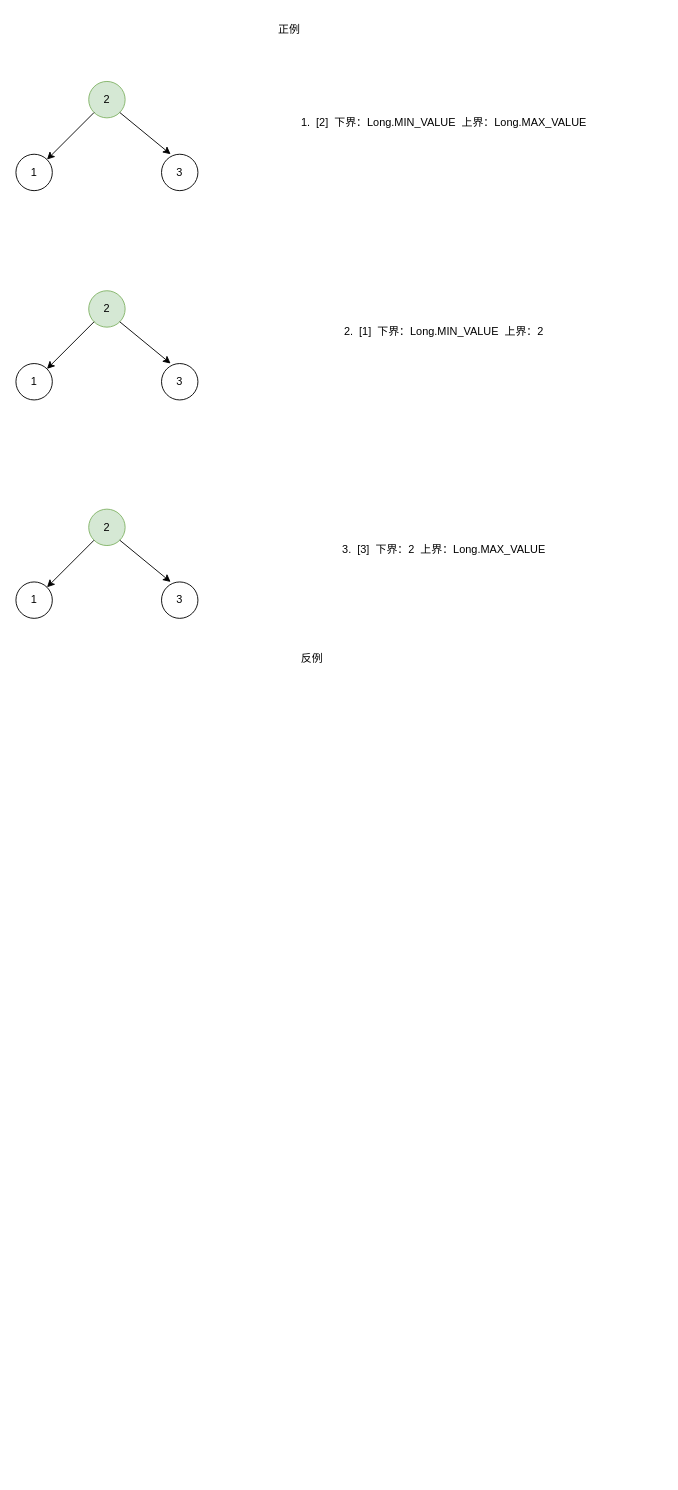
Before: 验证平衡二叉树.drawio in xiaoguzuiniu/drawio, a draw.io diagram. Source tidied: cells renumbered, new cells numbered last; positions are measured from the earlier drawing's top-left corner, leaving out a move shared by most shapes. Both pictures are drawn from the tidied source at 91%, with x=0, y=0 at pixel (15, 15).
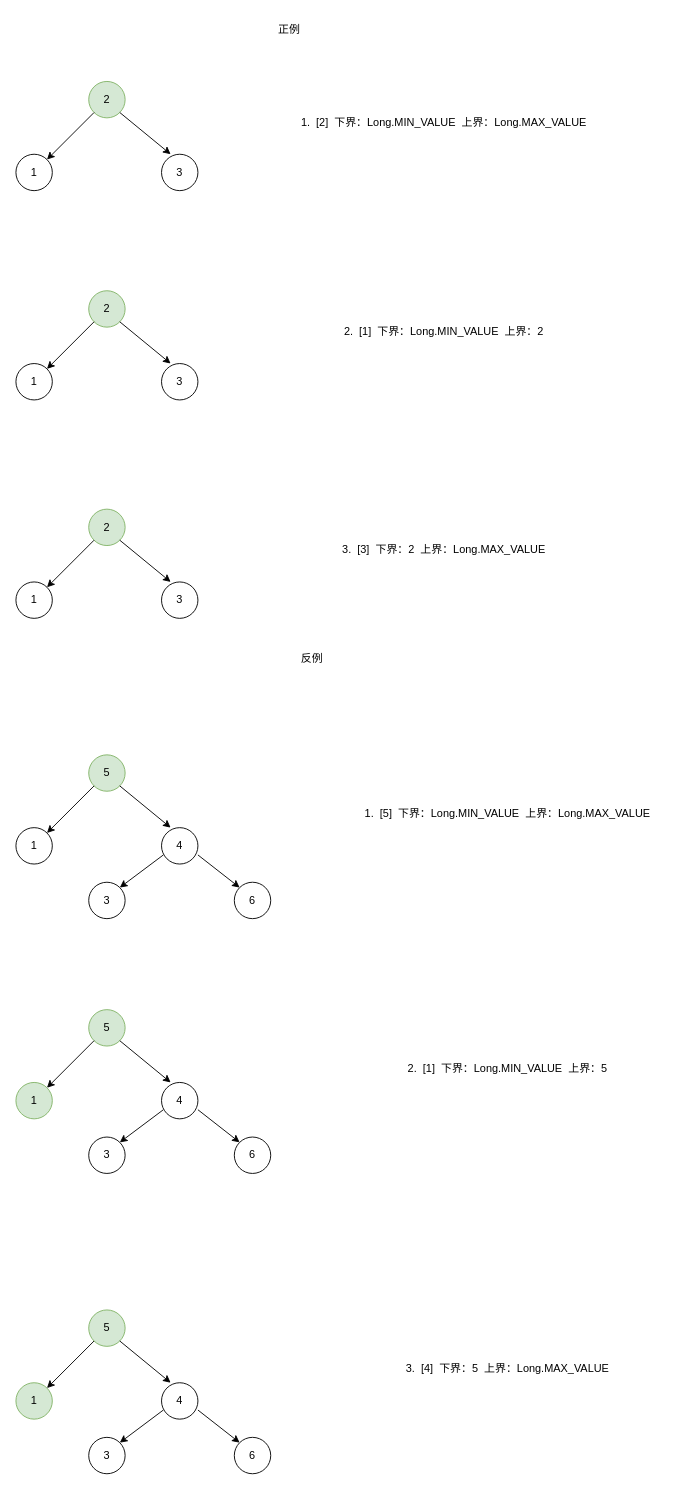
The same page after the edit.

Commit message (it also covers changes not shown here):
更新验证平衡二叉树.drawio

Diff of the diagram source:
```diff
@@
+    <mxCell id="22" value="5" style="ellipse;whiteSpace=wrap;html=1;fillColor=#d5e8d4;strokeColor=#82b366;" parent="1" vertex="1">
+      <mxGeometry x="80" y="812" width="40" height="40" as="geometry" />
+    </mxCell>
+    <mxCell id="23" value="1" style="ellipse;whiteSpace=wrap;html=1;" parent="1" vertex="1">
+      <mxGeometry y="892" width="40" height="40" as="geometry" />
+    </mxCell>
+    <mxCell id="24" value="4" style="ellipse;whiteSpace=wrap;html=1;" parent="1" vertex="1">
+      <mxGeometry x="160" y="892" width="40" height="40" as="geometry" />
+    </mxCell>
+    <mxCell id="25" style="endArrow=classic;html=1;rounded=0;" parent="1" edge="1" source="22" target="23">
+      <mxGeometry relative="1" as="geometry" />
+    </mxCell>
+    <mxCell id="26" style="endArrow=classic;html=1;rounded=0;entryX=0.25;entryY=0;entryDx=0;entryDy=0;entryPerimeter=0;exitX=1;exitY=1;exitDx=0;exitDy=0;" parent="1" edge="1" source="22" target="24">
+      <mxGeometry relative="1" as="geometry" />
+    </mxCell>
+    <mxCell id="27" value="3" style="ellipse;whiteSpace=wrap;html=1;" parent="1" vertex="1">
+      <mxGeometry x="80" y="952" width="40" height="40" as="geometry" />
+    </mxCell>
+    <mxCell id="28" style="endArrow=classic;html=1;rounded=0;entryX=1;entryY=0;entryDx=0;entryDy=0;" parent="1" edge="1" target="27">
+      <mxGeometry relative="1" as="geometry">
+        <mxPoint x="162" y="922" as="sourcePoint" />
+      </mxGeometry>
+    </mxCell>
+    <mxCell id="29" value="6" style="ellipse;whiteSpace=wrap;html=1;" parent="1" vertex="1">
+      <mxGeometry x="240" y="952" width="40" height="40" as="geometry" />
+    </mxCell>
+    <mxCell id="30" style="endArrow=classic;html=1;rounded=0;entryX=0;entryY=0;entryDx=0;entryDy=0;exitX=1;exitY=1;exitDx=0;exitDy=0;" parent="1" edge="1" target="29">
+      <mxGeometry relative="1" as="geometry">
+        <mxPoint x="200" y="922" as="sourcePoint" />
+      </mxGeometry>
+    </mxCell>
+    <mxCell id="31" value="1.&amp;nbsp; [5]&amp;nbsp; 下界：Long.MIN_VALUE&amp;nbsp; 上界：Long.MAX_VALUE" style="text;html=1;align=center;verticalAlign=middle;strokeColor=none;fillColor=none;" parent="1" vertex="1">
+      <mxGeometry x="370" y="862" width="340" height="30" as="geometry" />
+    </mxCell>
+    <mxCell id="32" value="5" style="ellipse;whiteSpace=wrap;html=1;fillColor=#d5e8d4;strokeColor=#82b366;" parent="1" vertex="1">
+      <mxGeometry x="80" y="1092" width="40" height="40" as="geometry" />
+    </mxCell>
+    <mxCell id="33" value="1" style="ellipse;whiteSpace=wrap;html=1;fillColor=#d5e8d4;strokeColor=#82b366;" parent="1" vertex="1">
+      <mxGeometry y="1172" width="40" height="40" as="geometry" />
+    </mxCell>
+    <mxCell id="34" value="4" style="ellipse;whiteSpace=wrap;html=1;" parent="1" vertex="1">
+      <mxGeometry x="160" y="1172" width="40" height="40" as="geometry" />
+    </mxCell>
+    <mxCell id="35" style="endArrow=classic;html=1;rounded=0;" parent="1" edge="1" source="32" target="33">
+      <mxGeometry relative="1" as="geometry" />
+    </mxCell>
+    <mxCell id="36" style="endArrow=classic;html=1;rounded=0;entryX=0.25;entryY=0;entryDx=0;entryDy=0;entryPerimeter=0;exitX=1;exitY=1;exitDx=0;exitDy=0;" parent="1" edge="1" source="32" target="34">
+      <mxGeometry relative="1" as="geometry" />
+    </mxCell>
+    <mxCell id="37" value="3" style="ellipse;whiteSpace=wrap;html=1;" parent="1" vertex="1">
+      <mxGeometry x="80" y="1232" width="40" height="40" as="geometry" />
+    </mxCell>
+    <mxCell id="38" style="endArrow=classic;html=1;rounded=0;entryX=1;entryY=0;entryDx=0;entryDy=0;" parent="1" edge="1" target="37">
+      <mxGeometry relative="1" as="geometry">
+        <mxPoint x="162" y="1202" as="sourcePoint" />
+      </mxGeometry>
+    </mxCell>
+    <mxCell id="39" value="6" style="ellipse;whiteSpace=wrap;html=1;" parent="1" vertex="1">
+      <mxGeometry x="240" y="1232" width="40" height="40" as="geometry" />
+    </mxCell>
+    <mxCell id="40" style="endArrow=classic;html=1;rounded=0;entryX=0;entryY=0;entryDx=0;entryDy=0;exitX=1;exitY=1;exitDx=0;exitDy=0;" parent="1" edge="1" target="39">
+      <mxGeometry relative="1" as="geometry">
+        <mxPoint x="200" y="1202" as="sourcePoint" />
+      </mxGeometry>
+    </mxCell>
+    <mxCell id="41" value="2.&amp;nbsp; [1]&amp;nbsp; 下界：Long.MIN_VALUE&amp;nbsp; 上界：5" style="text;html=1;align=center;verticalAlign=middle;strokeColor=none;fillColor=none;" parent="1" vertex="1">
+      <mxGeometry x="420" y="1142" width="240" height="30" as="geometry" />
+    </mxCell>
+    <mxCell id="42" value="5" style="ellipse;whiteSpace=wrap;html=1;fillColor=#d5e8d4;strokeColor=#82b366;" parent="1" vertex="1">
+      <mxGeometry x="80" y="1422" width="40" height="40" as="geometry" />
+    </mxCell>
+    <mxCell id="43" value="1" style="ellipse;whiteSpace=wrap;html=1;fillColor=#d5e8d4;strokeColor=#82b366;" parent="1" vertex="1">
+      <mxGeometry y="1502" width="40" height="40" as="geometry" />
+    </mxCell>
+    <mxCell id="44" value="4" style="ellipse;whiteSpace=wrap;html=1;" parent="1" vertex="1">
+      <mxGeometry x="160" y="1502" width="40" height="40" as="geometry" />
+    </mxCell>
+    <mxCell id="45" style="endArrow=classic;html=1;rounded=0;" parent="1" edge="1" source="42" target="43">
+      <mxGeometry relative="1" as="geometry" />
+    </mxCell>
+    <mxCell id="46" style="endArrow=classic;html=1;rounded=0;entryX=0.25;entryY=0;entryDx=0;entryDy=0;entryPerimeter=0;exitX=1;exitY=1;exitDx=0;exitDy=0;" parent="1" edge="1" source="42" target="44">
+      <mxGeometry relative="1" as="geometry" />
+    </mxCell>
+    <mxCell id="47" value="3" style="ellipse;whiteSpace=wrap;html=1;" parent="1" vertex="1">
+      <mxGeometry x="80" y="1562" width="40" height="40" as="geometry" />
+    </mxCell>
+    <mxCell id="48" style="endArrow=classic;html=1;rounded=0;entryX=1;entryY=0;entryDx=0;entryDy=0;" parent="1" edge="1" target="47">
+      <mxGeometry relative="1" as="geometry">
+        <mxPoint x="162" y="1532" as="sourcePoint" />
+      </mxGeometry>
+    </mxCell>
+    <mxCell id="49" value="6" style="ellipse;whiteSpace=wrap;html=1;" parent="1" vertex="1">
+      <mxGeometry x="240" y="1562" width="40" height="40" as="geometry" />
+    </mxCell>
+    <mxCell id="50" style="endArrow=classic;html=1;rounded=0;entryX=0;entryY=0;entryDx=0;entryDy=0;exitX=1;exitY=1;exitDx=0;exitDy=0;" parent="1" edge="1" target="49">
+      <mxGeometry relative="1" as="geometry">
+        <mxPoint x="200" y="1532" as="sourcePoint" />
+      </mxGeometry>
+    </mxCell>
+    <mxCell id="51" value="3.&amp;nbsp; [4]&amp;nbsp; 下界：5&amp;nbsp; 上界：Long.MAX_VALUE" style="text;html=1;align=center;verticalAlign=middle;strokeColor=none;fillColor=none;" parent="1" vertex="1">
+      <mxGeometry x="415" y="1472" width="250" height="30" as="geometry" />
+    </mxCell>
```
